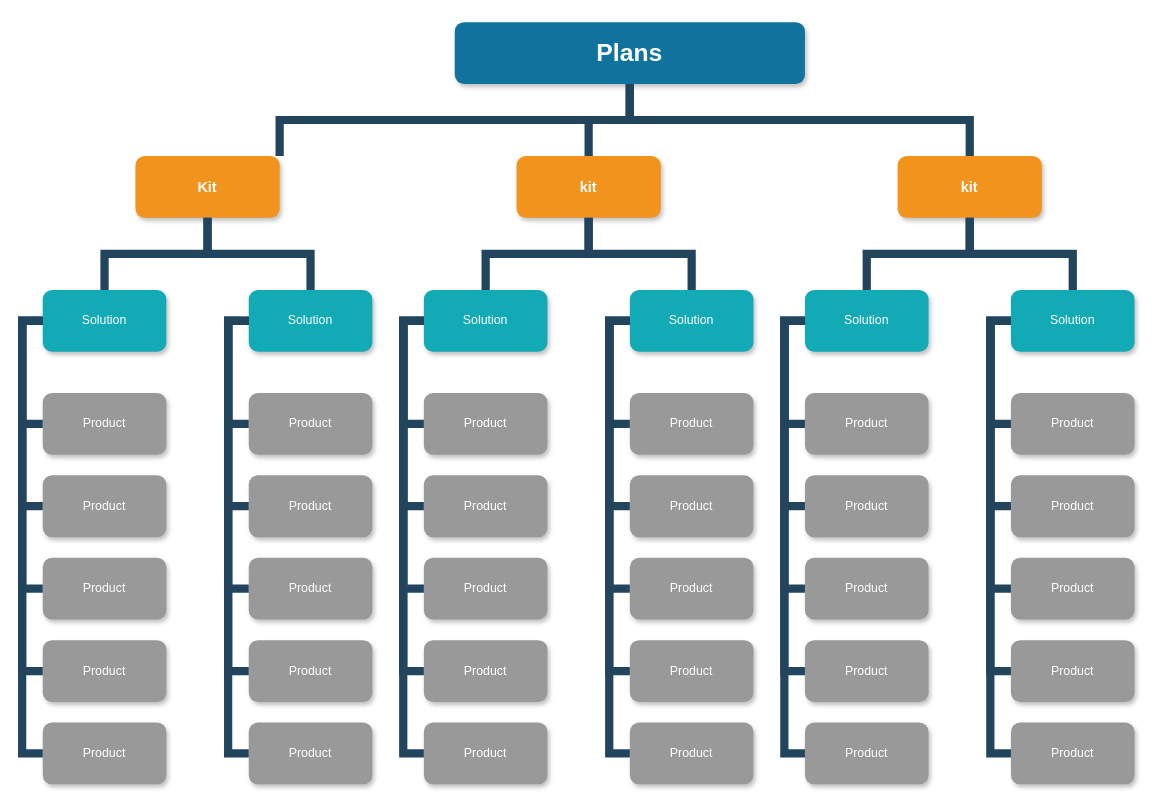
Before: static/Untitled Diagram.drawio in zachion/RGBlog, a draw.io diagram. Source tidied: cells renumbered, new cells numbered last; positions are measured from the earlier drawing's top-left corner, leaving out a move shared by most shapes. Both pictures are drawn from the tidied source at 103%, with x=0, y=0 at pixel (22, 22).
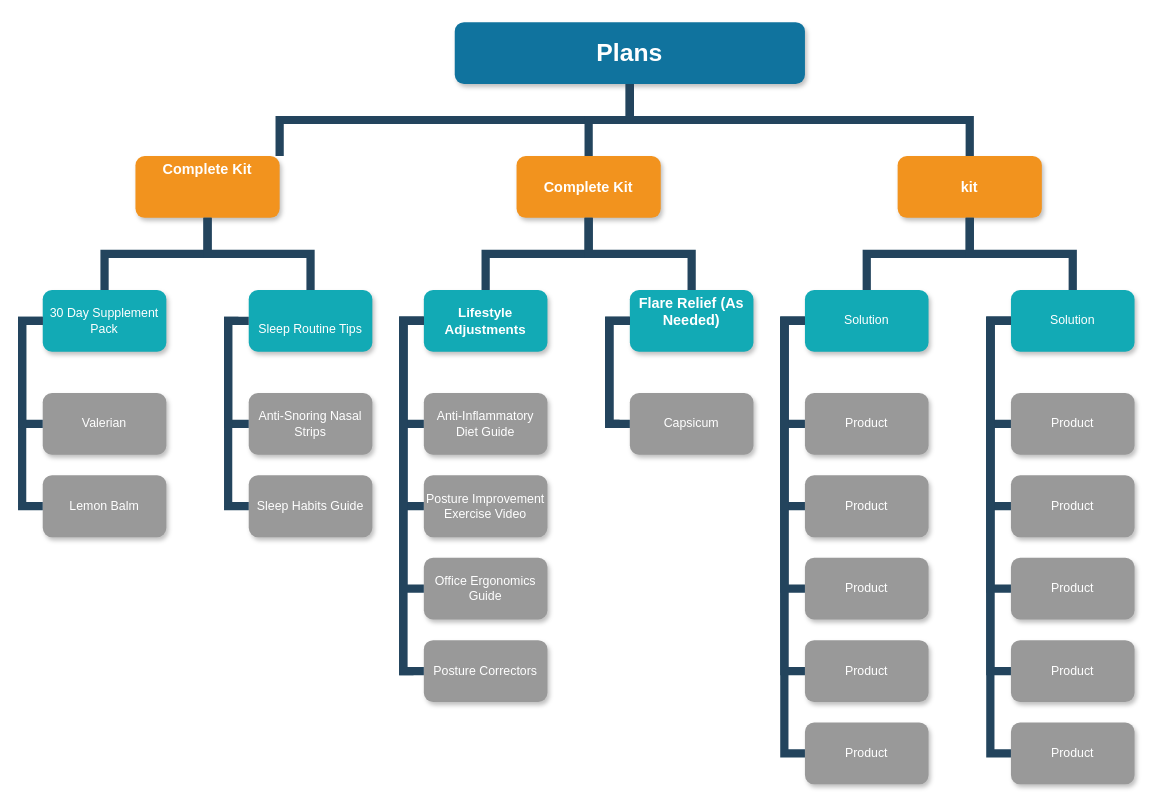
The same diagram, later.

Diff of the diagram source:
```diff
@@
-    <mxCell id="3" value="Kit" style="whiteSpace=wrap;rounded=1;fillColor=#F2931E;strokeColor=none;shadow=1;fontColor=#FFFFFF;fontStyle=1;fontSize=14;" parent="1" vertex="1">
+    <mxCell id="3" value="Complete Kit&#10;&#10;" style="whiteSpace=wrap;rounded=1;fillColor=#F2931E;strokeColor=none;shadow=1;fontColor=#FFFFFF;fontStyle=1;fontSize=14;" parent="1" vertex="1">
       <mxGeometry x="110" y="130" width="140" height="60" as="geometry" />
     </mxCell>
-    <mxCell id="4" value="kit" style="whiteSpace=wrap;rounded=1;fillColor=#F2931E;strokeColor=none;shadow=1;fontColor=#FFFFFF;fontStyle=1;fontSize=14;" parent="1" vertex="1">
+    <mxCell id="4" value="Complete Kit" style="whiteSpace=wrap;rounded=1;fillColor=#F2931E;strokeColor=none;shadow=1;fontColor=#FFFFFF;fontStyle=1;fontSize=14;" parent="1" vertex="1">
       <mxGeometry x="480" y="130" width="140" height="60" as="geometry" />
     </mxCell>
@@
-    <mxCell id="6" value="Solution" style="whiteSpace=wrap;rounded=1;fillColor=#12AAB5;strokeColor=none;shadow=1;fontColor=#FFFFFF;" parent="1" vertex="1">
+    <mxCell id="6" value="30 Day Supplement Pack" style="whiteSpace=wrap;rounded=1;fillColor=#12AAB5;strokeColor=none;shadow=1;fontColor=#FFFFFF;" parent="1" vertex="1">
       <mxGeometry x="20" y="260" width="120" height="60" as="geometry" />
     </mxCell>
-    <mxCell id="7" value="Solution" style="whiteSpace=wrap;rounded=1;fillColor=#12AAB5;strokeColor=none;shadow=1;fontColor=#FFFFFF;" parent="1" vertex="1">
+    <mxCell id="7" value="&#10;Sleep Routine Tips" style="whiteSpace=wrap;rounded=1;fillColor=#12AAB5;strokeColor=none;shadow=1;fontColor=#FFFFFF;" parent="1" vertex="1">
       <mxGeometry x="220" y="260" width="120" height="60" as="geometry" />
     </mxCell>
-    <mxCell id="8" value="Product" style="whiteSpace=wrap;rounded=1;fillColor=#999999;strokeColor=none;shadow=1;fontColor=#FFFFFF;fontStyle=0;" parent="1" vertex="1">
+    <mxCell id="8" value="Valerian" style="whiteSpace=wrap;rounded=1;fillColor=#999999;strokeColor=none;shadow=1;fontColor=#FFFFFF;fontStyle=0;" parent="1" vertex="1">
       <mxGeometry x="20" y="360" width="120" height="60" as="geometry" />
     </mxCell>
-    <mxCell id="9" value="Product" style="whiteSpace=wrap;rounded=1;fillColor=#999999;strokeColor=none;shadow=1;fontColor=#FFFFFF;fontStyle=0;" parent="1" vertex="1">
+    <mxCell id="9" value="Lemon Balm" style="whiteSpace=wrap;rounded=1;fillColor=#999999;strokeColor=none;shadow=1;fontColor=#FFFFFF;fontStyle=0;" parent="1" vertex="1">
       <mxGeometry x="20" y="440" width="120" height="60" as="geometry" />
     </mxCell>
-    <mxCell id="10" value="Product" style="whiteSpace=wrap;rounded=1;fillColor=#999999;strokeColor=none;shadow=1;fontColor=#FFFFFF;fontStyle=0;" parent="1" vertex="1">
-      <mxGeometry x="20" y="520" width="120" height="60" as="geometry" />
-    </mxCell>
-    <mxCell id="11" value="Product" style="whiteSpace=wrap;rounded=1;fillColor=#999999;strokeColor=none;shadow=1;fontColor=#FFFFFF;fontStyle=0;" parent="1" vertex="1">
-      <mxGeometry x="20" y="600" width="120" height="60" as="geometry" />
-    </mxCell>
-    <mxCell id="12" value="Product" style="whiteSpace=wrap;rounded=1;fillColor=#999999;strokeColor=none;shadow=1;fontColor=#FFFFFF;fontStyle=0;" parent="1" vertex="1">
-      <mxGeometry x="20" y="680" width="120" height="60" as="geometry" />
-    </mxCell>
-    <mxCell id="13" value="Product" style="whiteSpace=wrap;rounded=1;fillColor=#999999;strokeColor=none;shadow=1;fontColor=#FFFFFF;fontStyle=0;" parent="1" vertex="1">
+    <mxCell id="13" value="Anti-Snoring Nasal Strips" style="whiteSpace=wrap;rounded=1;fillColor=#999999;strokeColor=none;shadow=1;fontColor=#FFFFFF;fontStyle=0;" parent="1" vertex="1">
       <mxGeometry x="220" y="360" width="120" height="60" as="geometry" />
     </mxCell>
-    <mxCell id="14" value="Product" style="whiteSpace=wrap;rounded=1;fillColor=#999999;strokeColor=none;shadow=1;fontColor=#FFFFFF;fontStyle=0;" parent="1" vertex="1">
+    <mxCell id="14" value="Sleep Habits Guide" style="whiteSpace=wrap;rounded=1;fillColor=#999999;strokeColor=none;shadow=1;fontColor=#FFFFFF;fontStyle=0;" parent="1" vertex="1">
       <mxGeometry x="220" y="440" width="120" height="60" as="geometry" />
     </mxCell>
-    <mxCell id="15" value="Product" style="whiteSpace=wrap;rounded=1;fillColor=#999999;strokeColor=none;shadow=1;fontColor=#FFFFFF;fontStyle=0;" parent="1" vertex="1">
-      <mxGeometry x="220" y="520" width="120" height="60" as="geometry" />
-    </mxCell>
-    <mxCell id="16" value="Product" style="whiteSpace=wrap;rounded=1;fillColor=#999999;strokeColor=none;shadow=1;fontColor=#FFFFFF;fontStyle=0;" parent="1" vertex="1">
-      <mxGeometry x="220" y="600" width="120" height="60" as="geometry" />
-    </mxCell>
-    <mxCell id="17" value="Product" style="whiteSpace=wrap;rounded=1;fillColor=#999999;strokeColor=none;shadow=1;fontColor=#FFFFFF;fontStyle=0;" parent="1" vertex="1">
-      <mxGeometry x="220" y="680" width="120" height="60" as="geometry" />
-    </mxCell>
-    <mxCell id="18" value="Solution" style="whiteSpace=wrap;rounded=1;fillColor=#12AAB5;strokeColor=none;shadow=1;fontColor=#FFFFFF;" parent="1" vertex="1">
+    <mxCell id="18" value="Lifestyle Adjustments" style="whiteSpace=wrap;rounded=1;fillColor=#12AAB5;strokeColor=none;shadow=1;fontColor=#FFFFFF;fontSize=13;fontStyle=1;" parent="1" vertex="1">
       <mxGeometry x="390" y="260" width="120" height="60" as="geometry" />
     </mxCell>
-    <mxCell id="19" value="Solution" style="whiteSpace=wrap;rounded=1;fillColor=#12AAB5;strokeColor=none;shadow=1;fontColor=#FFFFFF;" parent="1" vertex="1">
+    <mxCell id="19" value="Flare Relief (As Needed)&#10;" style="whiteSpace=wrap;rounded=1;fillColor=#12AAB5;strokeColor=none;shadow=1;fontColor=#FFFFFF;fontStyle=1;fontSize=14;" parent="1" vertex="1">
       <mxGeometry x="590" y="260" width="120" height="60" as="geometry" />
     </mxCell>
-    <mxCell id="20" value="Product" style="whiteSpace=wrap;rounded=1;fillColor=#999999;strokeColor=none;shadow=1;fontColor=#FFFFFF;fontStyle=0;" parent="1" vertex="1">
+    <mxCell id="20" value="Anti-Inflammatory Diet Guide" style="whiteSpace=wrap;rounded=1;fillColor=#999999;strokeColor=none;shadow=1;fontColor=#FFFFFF;fontStyle=0;" parent="1" vertex="1">
       <mxGeometry x="390" y="360" width="120" height="60" as="geometry" />
     </mxCell>
-    <mxCell id="21" value="Product" style="whiteSpace=wrap;rounded=1;fillColor=#999999;strokeColor=none;shadow=1;fontColor=#FFFFFF;fontStyle=0;" parent="1" vertex="1">
+    <mxCell id="21" value="Posture Improvement Exercise Video" style="whiteSpace=wrap;rounded=1;fillColor=#999999;strokeColor=none;shadow=1;fontColor=#FFFFFF;fontStyle=0;" parent="1" vertex="1">
       <mxGeometry x="390" y="440" width="120" height="60" as="geometry" />
     </mxCell>
-    <mxCell id="22" value="Product" style="whiteSpace=wrap;rounded=1;fillColor=#999999;strokeColor=none;shadow=1;fontColor=#FFFFFF;fontStyle=0;" parent="1" vertex="1">
+    <mxCell id="22" value="Office Ergonomics Guide" style="whiteSpace=wrap;rounded=1;fillColor=#999999;strokeColor=none;shadow=1;fontColor=#FFFFFF;fontStyle=0;" parent="1" vertex="1">
       <mxGeometry x="390" y="520" width="120" height="60" as="geometry" />
     </mxCell>
-    <mxCell id="23" value="Product" style="whiteSpace=wrap;rounded=1;fillColor=#999999;strokeColor=none;shadow=1;fontColor=#FFFFFF;fontStyle=0;" parent="1" vertex="1">
+    <mxCell id="23" value="Posture Correctors" style="whiteSpace=wrap;rounded=1;fillColor=#999999;strokeColor=none;shadow=1;fontColor=#FFFFFF;fontStyle=0;" parent="1" vertex="1">
       <mxGeometry x="390" y="600" width="120" height="60" as="geometry" />
     </mxCell>
-    <mxCell id="24" value="Product" style="whiteSpace=wrap;rounded=1;fillColor=#999999;strokeColor=none;shadow=1;fontColor=#FFFFFF;fontStyle=0;" parent="1" vertex="1">
-      <mxGeometry x="390" y="680" width="120" height="60" as="geometry" />
-    </mxCell>
-    <mxCell id="25" value="Product" style="whiteSpace=wrap;rounded=1;fillColor=#999999;strokeColor=none;shadow=1;fontColor=#FFFFFF;fontStyle=0;" parent="1" vertex="1">
+    <mxCell id="25" value="Capsicum" style="whiteSpace=wrap;rounded=1;fillColor=#999999;strokeColor=none;shadow=1;fontColor=#FFFFFF;fontStyle=0;" parent="1" vertex="1">
       <mxGeometry x="590" y="360" width="120" height="60" as="geometry" />
     </mxCell>
-    <mxCell id="26" value="Product" style="whiteSpace=wrap;rounded=1;fillColor=#999999;strokeColor=none;shadow=1;fontColor=#FFFFFF;fontStyle=0;" parent="1" vertex="1">
-      <mxGeometry x="590" y="440" width="120" height="60" as="geometry" />
-    </mxCell>
-    <mxCell id="27" value="Product" style="whiteSpace=wrap;rounded=1;fillColor=#999999;strokeColor=none;shadow=1;fontColor=#FFFFFF;fontStyle=0;" parent="1" vertex="1">
-      <mxGeometry x="590" y="520" width="120" height="60" as="geometry" />
-    </mxCell>
-    <mxCell id="28" value="Product" style="whiteSpace=wrap;rounded=1;fillColor=#999999;strokeColor=none;shadow=1;fontColor=#FFFFFF;fontStyle=0;" parent="1" vertex="1">
-      <mxGeometry x="590" y="600" width="120" height="60" as="geometry" />
-    </mxCell>
-    <mxCell id="29" value="Product" style="whiteSpace=wrap;rounded=1;fillColor=#999999;strokeColor=none;shadow=1;fontColor=#FFFFFF;fontStyle=0;" parent="1" vertex="1">
-      <mxGeometry x="590" y="680" width="120" height="60" as="geometry" />
-    </mxCell>
@@
-    <mxCell id="34" style="edgeStyle=elbowEdgeStyle;elbow=horizontal;rounded=0;fontColor=#000000;endArrow=none;endFill=0;strokeWidth=8;strokeColor=#23445D;" parent="1" edge="1" source="6" target="12">
-      <mxGeometry relative="1" as="geometry">
-        <Array as="points">
-          <mxPoint y="500" />
-        </Array>
-      </mxGeometry>
-    </mxCell>
-    <mxCell id="35" style="edgeStyle=elbowEdgeStyle;elbow=horizontal;rounded=0;fontColor=#000000;endArrow=none;endFill=0;strokeWidth=8;strokeColor=#23445D;" parent="1" edge="1" source="6" target="11">
-      <mxGeometry relative="1" as="geometry">
-        <Array as="points">
-          <mxPoint y="370" />
-        </Array>
-      </mxGeometry>
-    </mxCell>
-    <mxCell id="36" style="edgeStyle=elbowEdgeStyle;elbow=horizontal;rounded=0;fontColor=#000000;endArrow=none;endFill=0;strokeWidth=8;strokeColor=#23445D;" parent="1" edge="1" source="6" target="10">
-      <mxGeometry relative="1" as="geometry">
-        <Array as="points">
-          <mxPoint y="390" />
-        </Array>
-      </mxGeometry>
-    </mxCell>
@@
-    <mxCell id="39" style="edgeStyle=elbowEdgeStyle;elbow=horizontal;rounded=0;fontColor=#000000;endArrow=none;endFill=0;strokeWidth=8;strokeColor=#23445D;" parent="1" edge="1" source="7" target="17">
-      <mxGeometry relative="1" as="geometry">
-        <Array as="points">
-          <mxPoint x="200" y="500" />
-        </Array>
-      </mxGeometry>
-    </mxCell>
-    <mxCell id="40" style="edgeStyle=elbowEdgeStyle;elbow=horizontal;rounded=0;fontColor=#000000;endArrow=none;endFill=0;strokeWidth=8;strokeColor=#23445D;" parent="1" edge="1" source="7" target="16">
-      <mxGeometry relative="1" as="geometry">
-        <Array as="points">
-          <mxPoint x="200" y="460" />
-        </Array>
-      </mxGeometry>
-    </mxCell>
-    <mxCell id="41" style="edgeStyle=elbowEdgeStyle;elbow=horizontal;rounded=0;fontColor=#000000;endArrow=none;endFill=0;strokeWidth=8;strokeColor=#23445D;" parent="1" edge="1" source="7" target="15">
-      <mxGeometry relative="1" as="geometry">
-        <Array as="points">
-          <mxPoint x="200" y="420" />
-        </Array>
-      </mxGeometry>
-    </mxCell>
@@
-    <mxCell id="46" style="edgeStyle=elbowEdgeStyle;elbow=horizontal;rounded=0;fontColor=#000000;endArrow=none;endFill=0;strokeWidth=8;strokeColor=#23445D;" parent="1" edge="1" source="18" target="24">
+    <mxCell id="46" style="edgeStyle=elbowEdgeStyle;elbow=horizontal;rounded=0;fontColor=#000000;endArrow=none;endFill=0;strokeWidth=8;strokeColor=#23445D;" parent="1" edge="1" source="18">
       <mxGeometry relative="1" as="geometry">
+        <mxPoint x="380" y="630" as="targetPoint" />
         <Array as="points">
           <mxPoint x="370" y="510" />
         </Array>
       </mxGeometry>
     </mxCell>
@@
-    <mxCell id="50" style="edgeStyle=elbowEdgeStyle;elbow=horizontal;rounded=0;fontColor=#000000;endArrow=none;endFill=0;strokeWidth=8;strokeColor=#23445D;" parent="1" edge="1" source="19" target="26">
+    <mxCell id="50" style="edgeStyle=elbowEdgeStyle;elbow=horizontal;rounded=0;fontColor=#000000;endArrow=none;endFill=0;strokeWidth=8;strokeColor=#23445D;" parent="1" edge="1" source="19">
       <mxGeometry relative="1" as="geometry">
+        <mxPoint x="580" y="390" as="targetPoint" />
         <Array as="points">
           <mxPoint x="570" y="380" />
         </Array>
       </mxGeometry>
     </mxCell>
-    <mxCell id="51" style="edgeStyle=elbowEdgeStyle;elbow=horizontal;rounded=0;fontColor=#000000;endArrow=none;endFill=0;strokeWidth=8;strokeColor=#23445D;" parent="1" edge="1" source="19" target="29">
+    <mxCell id="51" style="edgeStyle=elbowEdgeStyle;elbow=horizontal;rounded=0;fontColor=#000000;endArrow=none;endFill=0;strokeWidth=8;strokeColor=#23445D;" parent="1" edge="1" source="19">
       <mxGeometry relative="1" as="geometry">
+        <mxPoint x="570" y="390" as="targetPoint" />
         <Array as="points">
           <mxPoint x="570" y="500" />
         </Array>
       </mxGeometry>
     </mxCell>
-    <mxCell id="52" style="edgeStyle=elbowEdgeStyle;elbow=horizontal;rounded=0;fontColor=#000000;endArrow=none;endFill=0;strokeWidth=8;strokeColor=#23445D;" parent="1" edge="1" source="19" target="28">
-      <mxGeometry relative="1" as="geometry">
-        <Array as="points">
-          <mxPoint x="570" y="460" />
-        </Array>
-      </mxGeometry>
-    </mxCell>
-    <mxCell id="53" style="edgeStyle=elbowEdgeStyle;elbow=horizontal;rounded=0;fontColor=#000000;endArrow=none;endFill=0;strokeWidth=8;strokeColor=#23445D;" parent="1" edge="1" source="19" target="27">
-      <mxGeometry relative="1" as="geometry">
-        <Array as="points">
-          <mxPoint x="570" y="430" />
-        </Array>
-      </mxGeometry>
-    </mxCell>
```
